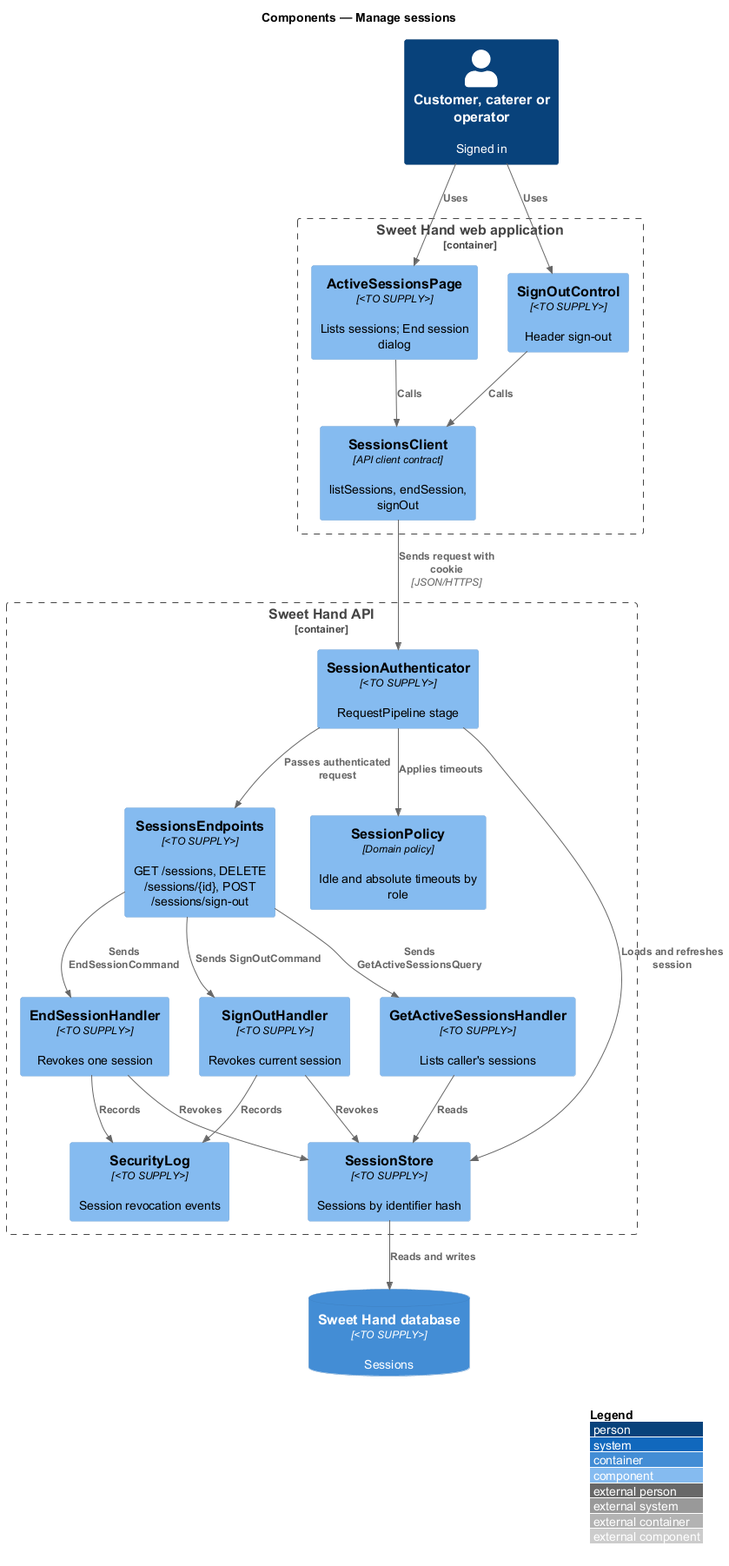
Before: docs/detailed-designs/identity-and-security/manage-sessions/diagrams/c4-component.png, a diagram exported from PlantUML (QuinntyneBrown/sweet-hand). The source it was exported from:
```plantuml
@startuml
!include <C4/C4_Component>
LAYOUT_WITH_LEGEND()
title Components — Manage sessions

Person(user, "Customer, caterer or operator", "Signed in")
Container_Boundary(web, "Sweet Hand web application") {
  Component(page, "ActiveSessionsPage", "<TO SUPPLY>", "Lists sessions; End session dialog")
  Component(signout, "SignOutControl", "<TO SUPPLY>", "Header sign-out")
  Component(client, "SessionsClient", "API client contract", "listSessions, endSession, signOut")
}
Container_Boundary(api, "Sweet Hand API") {
  Component(auth, "SessionAuthenticator", "<TO SUPPLY>", "RequestPipeline stage")
  Component(endpoints, "SessionsEndpoints", "<TO SUPPLY>", "GET /sessions, DELETE /sessions/{id}, POST /sessions/sign-out")
  Component(policy, "SessionPolicy", "Domain policy", "Idle and absolute timeouts by role")
  Component(query, "GetActiveSessionsHandler", "<TO SUPPLY>", "Lists caller's sessions")
  Component(end, "EndSessionHandler", "<TO SUPPLY>", "Revokes one session")
  Component(out, "SignOutHandler", "<TO SUPPLY>", "Revokes current session")
  Component(store, "SessionStore", "<TO SUPPLY>", "Sessions by identifier hash")
  Component(seclog, "SecurityLog", "<TO SUPPLY>", "Session revocation events")
}
ContainerDb(db, "Sweet Hand database", "<TO SUPPLY>", "Sessions")

Rel(user, page, "Uses")
Rel(user, signout, "Uses")
Rel(page, client, "Calls")
Rel(signout, client, "Calls")
Rel(client, auth, "Sends request with cookie", "JSON/HTTPS")
Rel(auth, store, "Loads and refreshes session")
Rel(auth, policy, "Applies timeouts")
Rel(auth, endpoints, "Passes authenticated request")
Rel(endpoints, query, "Sends GetActiveSessionsQuery")
Rel(endpoints, end, "Sends EndSessionCommand")
Rel(endpoints, out, "Sends SignOutCommand")
Rel(query, store, "Reads")
Rel(end, store, "Revokes")
Rel(out, store, "Revokes")
Rel(end, seclog, "Records")
Rel(out, seclog, "Records")
Rel(store, db, "Reads and writes")
@enduml
```
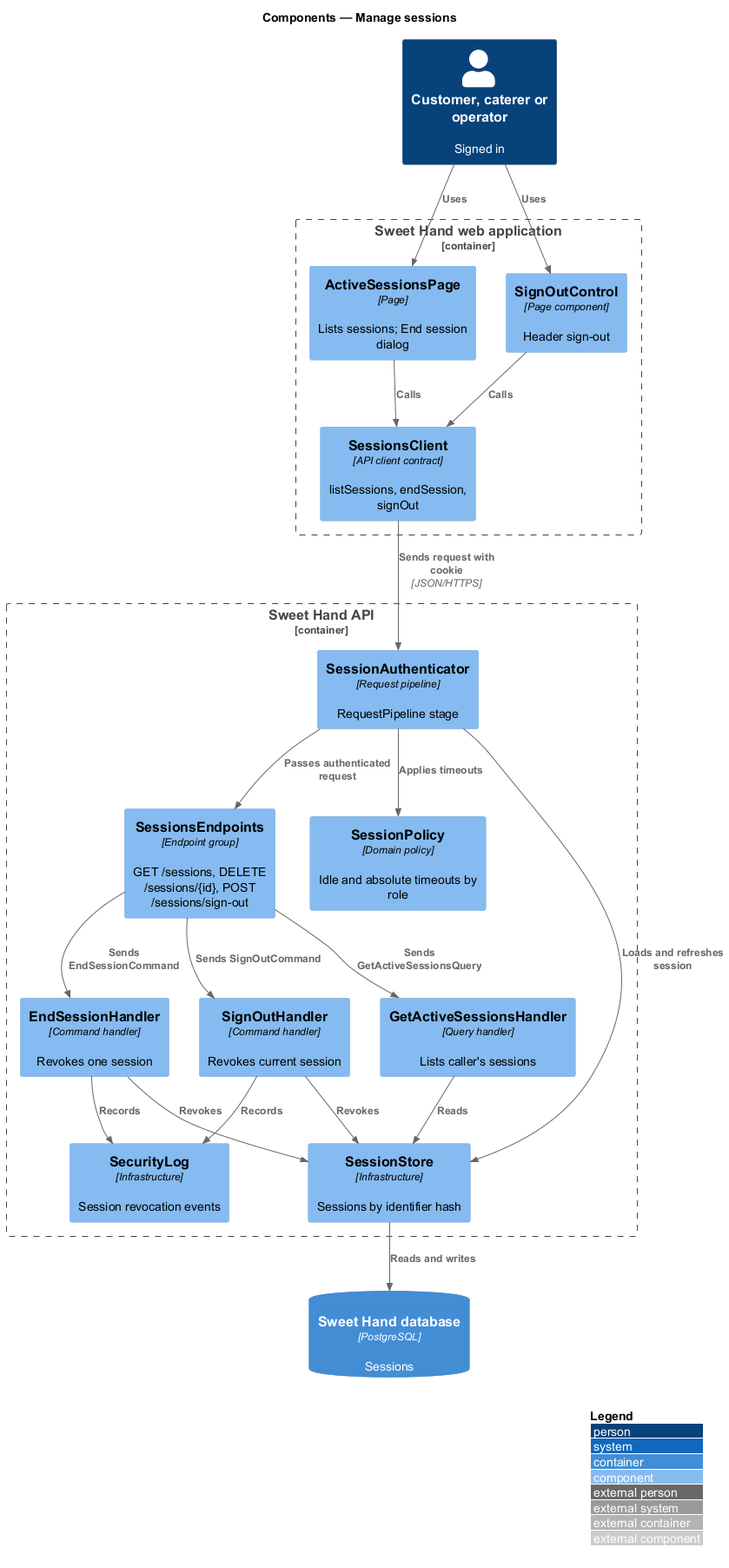
The same file after the commit.

The edit, as a diff of the source:
```diff
@@ -5,21 +5,21 @@
 
 Person(user, "Customer, caterer or operator", "Signed in")
 Container_Boundary(web, "Sweet Hand web application") {
-  Component(page, "ActiveSessionsPage", "<TO SUPPLY>", "Lists sessions; End session dialog")
-  Component(signout, "SignOutControl", "<TO SUPPLY>", "Header sign-out")
+  Component(page, "ActiveSessionsPage", "Page", "Lists sessions; End session dialog")
+  Component(signout, "SignOutControl", "Page component", "Header sign-out")
   Component(client, "SessionsClient", "API client contract", "listSessions, endSession, signOut")
 }
 Container_Boundary(api, "Sweet Hand API") {
-  Component(auth, "SessionAuthenticator", "<TO SUPPLY>", "RequestPipeline stage")
-  Component(endpoints, "SessionsEndpoints", "<TO SUPPLY>", "GET /sessions, DELETE /sessions/{id}, POST /sessions/sign-out")
+  Component(auth, "SessionAuthenticator", "Request pipeline", "RequestPipeline stage")
+  Component(endpoints, "SessionsEndpoints", "Endpoint group", "GET /sessions, DELETE /sessions/{id}, POST /sessions/sign-out")
   Component(policy, "SessionPolicy", "Domain policy", "Idle and absolute timeouts by role")
-  Component(query, "GetActiveSessionsHandler", "<TO SUPPLY>", "Lists caller's sessions")
-  Component(end, "EndSessionHandler", "<TO SUPPLY>", "Revokes one session")
-  Component(out, "SignOutHandler", "<TO SUPPLY>", "Revokes current session")
-  Component(store, "SessionStore", "<TO SUPPLY>", "Sessions by identifier hash")
-  Component(seclog, "SecurityLog", "<TO SUPPLY>", "Session revocation events")
+  Component(query, "GetActiveSessionsHandler", "Query handler", "Lists caller's sessions")
+  Component(end, "EndSessionHandler", "Command handler", "Revokes one session")
+  Component(out, "SignOutHandler", "Command handler", "Revokes current session")
+  Component(store, "SessionStore", "Infrastructure", "Sessions by identifier hash")
+  Component(seclog, "SecurityLog", "Infrastructure", "Session revocation events")
 }
-ContainerDb(db, "Sweet Hand database", "<TO SUPPLY>", "Sessions")
+ContainerDb(db, "Sweet Hand database", "PostgreSQL", "Sessions")
 
 Rel(user, page, "Uses")
 Rel(user, signout, "Uses")
```
